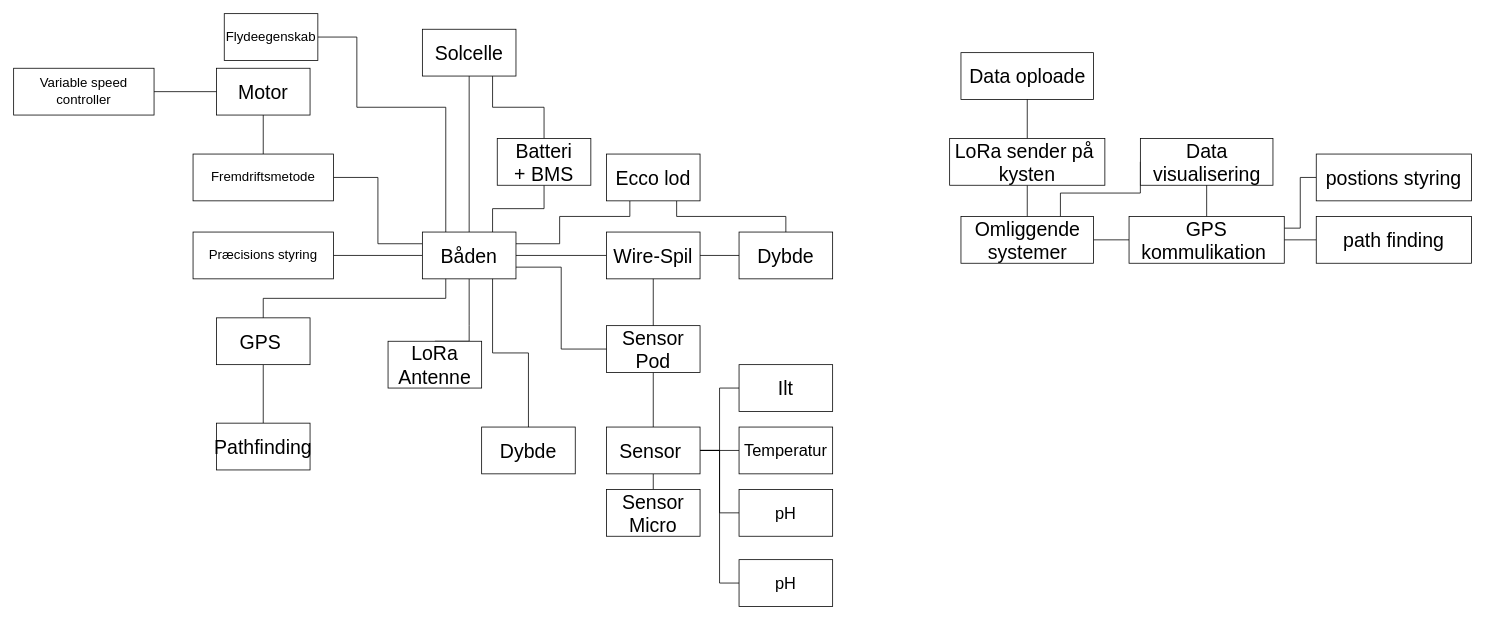
Earlier version of the draw.io diagram Projektformulering/fig/opstarts Arkitektur.drawio (mbirko/PRJ3_Repo). Source tidied: cells renumbered, new cells numbered last; positions are measured from the earlier drawing's top-left corner, leaving out a move shared by most shapes. Both pictures are drawn from the tidied source at 78%, with x=0, y=0 at pixel (13, 13).
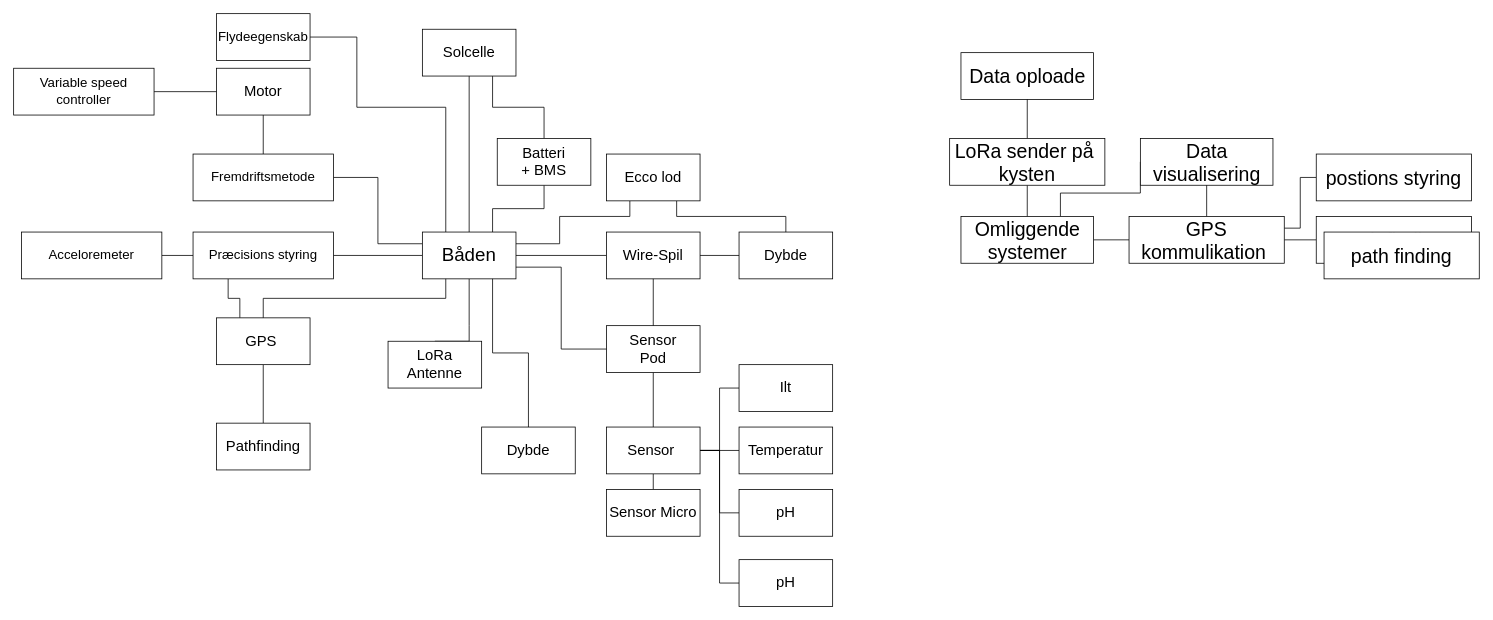
The same diagram, later.

Unchanged cells that the change refers to:
```xml
<mxCell id="40" value="Præcisions styring" style="rounded=0;whiteSpace=wrap;html=1;fontSize=17;" parent="1" vertex="1">
  <mxGeometry x="230" y="280" width="180" height="60" as="geometry" />
</mxCell>
```

Change to the diagram source:
```diff
@@
-    <mxCell id="2" value="Motor" style="rounded=0;whiteSpace=wrap;html=1;fontSize=25;" parent="1" vertex="1">
+    <mxCell id="2" value="Motor" style="rounded=0;whiteSpace=wrap;html=1;fontSize=19;" parent="1" vertex="1">
       <mxGeometry x="260" y="70" width="120" height="60" as="geometry" />
     </mxCell>
@@
-    <mxCell id="12" value="Båden" style="rounded=0;whiteSpace=wrap;html=1;fontSize=25;" parent="1" vertex="1">
+    <mxCell id="12" value="Båden" style="rounded=0;whiteSpace=wrap;html=1;fontSize=24;" parent="1" vertex="1">
       <mxGeometry x="524" y="280" width="120" height="60" as="geometry" />
     </mxCell>
@@
-    <mxCell id="14" value="Solcelle" style="rounded=0;whiteSpace=wrap;html=1;fontSize=25;" parent="1" vertex="1">
+    <mxCell id="14" value="Solcelle" style="rounded=0;whiteSpace=wrap;html=1;fontSize=19;" parent="1" vertex="1">
       <mxGeometry x="524" y="20" width="120" height="60" as="geometry" />
     </mxCell>
-    <mxCell id="15" value="LoRa Antenne" style="rounded=0;whiteSpace=wrap;html=1;fontSize=25;" parent="1" vertex="1">
+    <mxCell id="15" value="LoRa Antenne" style="rounded=0;whiteSpace=wrap;html=1;fontSize=19;" parent="1" vertex="1">
       <mxGeometry x="480" y="420" width="120" height="60" as="geometry" />
     </mxCell>
-    <mxCell id="16" value="Batteri&lt;br&gt;+ BMS" style="rounded=0;whiteSpace=wrap;html=1;fontSize=25;" parent="1" vertex="1">
+    <mxCell id="16" value="Batteri&lt;br style=&quot;font-size: 19px;&quot;&gt;+ BMS" style="rounded=0;whiteSpace=wrap;html=1;fontSize=19;" parent="1" vertex="1">
       <mxGeometry x="620" y="160" width="120" height="60" as="geometry" />
     </mxCell>
@@
-    <mxCell id="18" value="Wire-Spil&lt;br style=&quot;font-size: 24px&quot;&gt;" style="rounded=0;whiteSpace=wrap;html=1;fontSize=25;" parent="1" vertex="1">
+    <mxCell id="18" value="Wire-Spil&lt;br style=&quot;font-size: 19px;&quot;&gt;" style="rounded=0;whiteSpace=wrap;html=1;fontSize=19;" parent="1" vertex="1">
       <mxGeometry x="760" y="280" width="120" height="60" as="geometry" />
     </mxCell>
@@
-    <mxCell id="25" value="Sensor&amp;nbsp;" style="rounded=0;whiteSpace=wrap;html=1;fontSize=25;" parent="1" vertex="1">
+    <mxCell id="25" value="Sensor&amp;nbsp;" style="rounded=0;whiteSpace=wrap;html=1;fontSize=19;" parent="1" vertex="1">
       <mxGeometry x="760" y="530" width="120" height="60" as="geometry" />
     </mxCell>
-    <mxCell id="26" value="Ilt" style="rounded=0;whiteSpace=wrap;html=1;fontSize=25;" parent="1" vertex="1">
+    <mxCell id="26" value="Ilt" style="rounded=0;whiteSpace=wrap;html=1;fontSize=19;" parent="1" vertex="1">
       <mxGeometry x="930" y="450" width="120" height="60" as="geometry" />
     </mxCell>
-    <mxCell id="27" value="Temperatur" style="rounded=0;whiteSpace=wrap;html=1;fontSize=21;" parent="1" vertex="1">
+    <mxCell id="27" value="Temperatur" style="rounded=0;whiteSpace=wrap;html=1;fontSize=19;" parent="1" vertex="1">
       <mxGeometry x="930" y="530" width="120" height="60" as="geometry" />
     </mxCell>
-    <mxCell id="28" value="pH" style="rounded=0;whiteSpace=wrap;html=1;fontSize=21;" parent="1" vertex="1">
+    <mxCell id="28" value="pH" style="rounded=0;whiteSpace=wrap;html=1;fontSize=19;" parent="1" vertex="1">
       <mxGeometry x="930" y="610" width="120" height="60" as="geometry" />
     </mxCell>
@@
-    <mxCell id="30" value="Sensor&lt;br&gt;Pod" style="rounded=0;whiteSpace=wrap;html=1;fontSize=25;" parent="1" vertex="1">
+    <mxCell id="30" value="Sensor&lt;br style=&quot;font-size: 19px;&quot;&gt;Pod" style="rounded=0;whiteSpace=wrap;html=1;fontSize=19;" parent="1" vertex="1">
       <mxGeometry x="760" y="400" width="120" height="60" as="geometry" />
     </mxCell>
+    <mxCell id="62" style="edgeStyle=orthogonalEdgeStyle;rounded=0;jettySize=auto;html=1;exitX=0.25;exitY=0;exitDx=0;exitDy=0;entryX=0.25;entryY=1;entryDx=0;entryDy=0;fontSize=24;endArrow=none;endFill=0;" parent="1" edge="1" source="31" target="40">
+      <mxGeometry relative="1" as="geometry" />
+    </mxCell>
-    <mxCell id="31" value="GPS&amp;nbsp;" style="rounded=0;whiteSpace=wrap;html=1;fontSize=25;" parent="1" vertex="1">
+    <mxCell id="31" value="GPS&amp;nbsp;" style="rounded=0;whiteSpace=wrap;html=1;fontSize=19;" parent="1" vertex="1">
       <mxGeometry x="260" y="390" width="120" height="60" as="geometry" />
     </mxCell>
@@
     <mxCell id="35" value="Flydeegenskab" style="rounded=0;whiteSpace=wrap;html=1;fontSize=17;" parent="1" vertex="1">
-      <mxGeometry x="270" width="120" height="60" as="geometry" />
+      <mxGeometry x="260" width="120" height="60" as="geometry" />
     </mxCell>
-    <mxCell id="36" value="Pathfinding" style="rounded=0;whiteSpace=wrap;html=1;fontSize=25;" parent="1" vertex="1">
+    <mxCell id="36" value="Pathfinding" style="rounded=0;whiteSpace=wrap;html=1;fontSize=19;" parent="1" vertex="1">
       <mxGeometry x="260" y="525" width="120" height="60" as="geometry" />
     </mxCell>
@@
-    <mxCell id="39" value="Sensor Micro" style="rounded=0;whiteSpace=wrap;html=1;fontSize=25;" parent="1" vertex="1">
+    <mxCell id="39" value="Sensor Micro" style="rounded=0;whiteSpace=wrap;html=1;fontSize=19;" parent="1" vertex="1">
       <mxGeometry x="760" y="610" width="120" height="60" as="geometry" />
     </mxCell>
+    <mxCell id="63" style="edgeStyle=orthogonalEdgeStyle;rounded=0;jettySize=auto;html=1;exitX=0;exitY=0.5;exitDx=0;exitDy=0;entryX=1;entryY=0.5;entryDx=0;entryDy=0;fontSize=24;endArrow=none;endFill=0;" parent="1" edge="1" source="40" target="65">
+      <mxGeometry relative="1" as="geometry" />
+    </mxCell>
@@
-    <mxCell id="45" value="Dybde" style="rounded=0;whiteSpace=wrap;html=1;fontSize=25;" parent="1" vertex="1">
+    <mxCell id="45" value="Dybde" style="rounded=0;whiteSpace=wrap;html=1;fontSize=19;" parent="1" vertex="1">
       <mxGeometry x="930" y="280" width="120" height="60" as="geometry" />
     </mxCell>
@@
-    <mxCell id="49" value="Ecco lod" style="rounded=0;whiteSpace=wrap;html=1;fontSize=25;" parent="1" vertex="1">
+    <mxCell id="49" value="Ecco lod" style="rounded=0;whiteSpace=wrap;html=1;fontSize=19;" parent="1" vertex="1">
       <mxGeometry x="760" y="180" width="120" height="60" as="geometry" />
     </mxCell>
-    <mxCell id="50" value="Dybde" style="rounded=0;whiteSpace=wrap;html=1;fontSize=25;" parent="1" vertex="1">
+    <mxCell id="50" value="Dybde" style="rounded=0;whiteSpace=wrap;html=1;fontSize=19;" parent="1" vertex="1">
       <mxGeometry x="600" y="530" width="120" height="60" as="geometry" />
     </mxCell>
@@
-    <mxCell id="59" value="pH" style="rounded=0;whiteSpace=wrap;html=1;fontSize=21;" parent="1" vertex="1">
+    <mxCell id="59" value="pH" style="rounded=0;whiteSpace=wrap;html=1;fontSize=19;" parent="1" vertex="1">
       <mxGeometry x="930" y="700" width="120" height="60" as="geometry" />
     </mxCell>
@@
+    <mxCell id="64" value="path finding" style="rounded=0;whiteSpace=wrap;html=1;fontSize=25;" parent="1" vertex="1">
+      <mxGeometry x="1680" y="280" width="199" height="60" as="geometry" />
+    </mxCell>
+    <mxCell id="65" value="Acceloremeter" style="rounded=0;whiteSpace=wrap;html=1;fontSize=17;" parent="1" vertex="1">
+      <mxGeometry x="10" y="280" width="180" height="60" as="geometry" />
+    </mxCell>
```
